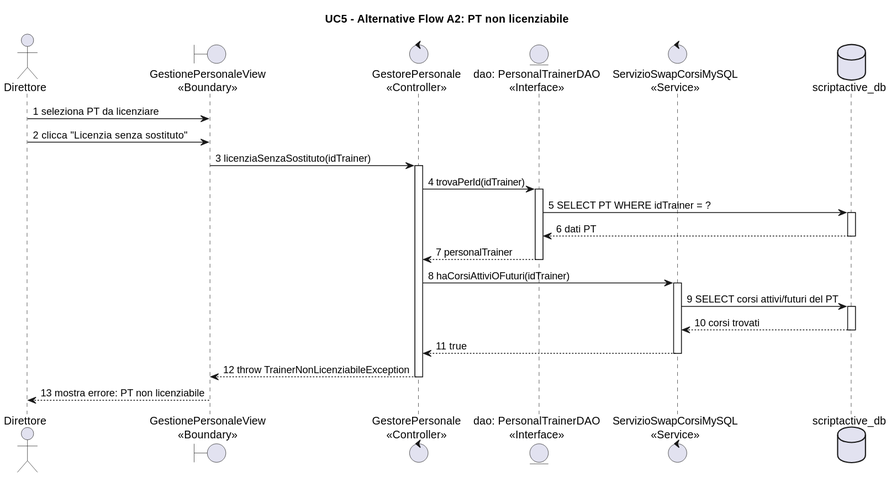
This is ScriptActive/Documenti/08. Diagrammi di Sequenza/Visualizzazioni/DSequenzaUC5Alt2.svg from svilu999/Progetto-ScriptActive, a PlantUML export, as it was before one commit.
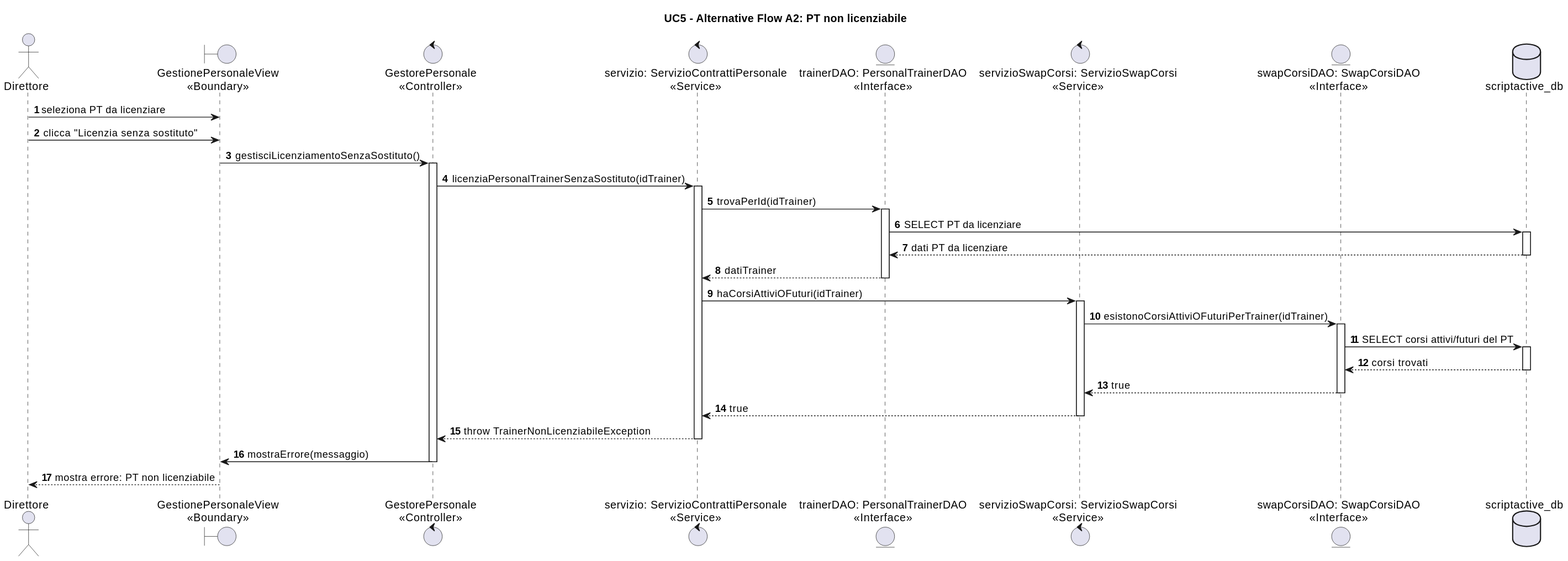
Above is the later version.

What changed in the source:
```diff
@@ -1,43 +1,53 @@
 @startuml
 title UC5 - Alternative Flow A2: PT non licenziabile
+
+autonumber
 
 actor "Direttore" as Direttore
 boundary "GestionePersonaleView\n<<Boundary>>" as View
 control "GestorePersonale\n<<Controller>>" as Controller
-entity "dao: PersonalTrainerDAO\n<<Interface>>" as PTDAO
-control "ServizioSwapCorsiMySQL\n<<Service>>" as SwapService
+control "servizio: ServizioContrattiPersonale\n<<Service>>" as Servizio
+entity "trainerDAO: PersonalTrainerDAO\n<<Interface>>" as PTDAO
+control "servizioSwapCorsi: ServizioSwapCorsi\n<<Service>>" as SwapService
+entity "swapCorsiDAO: SwapCorsiDAO\n<<Interface>>" as SwapDAO
 database "scriptactive_db" as DB
 
-Direttore -> View : 1 seleziona PT da licenziare
-Direttore -> View : 2 clicca "Licenzia senza sostituto"
+Direttore -> View : seleziona PT da licenziare
+Direttore -> View : clicca "Licenzia senza sostituto"
 
-View -> Controller : 3 licenziaSenzaSostituto(idTrainer)
+View -> Controller : gestisciLicenziamentoSenzaSostituto()
 activate Controller
 
-Controller -> PTDAO : 4 trovaPerId(idTrainer)
+Controller -> Servizio : licenziaPersonalTrainerSenzaSostituto(idTrainer)
+activate Servizio
+
+Servizio -> PTDAO : trovaPerId(idTrainer)
 activate PTDAO
-
-PTDAO -> DB : 5 SELECT PT WHERE idTrainer = ?
+PTDAO -> DB : SELECT PT da licenziare
 activate DB
-DB --> PTDAO : 6 dati PT
+DB --> PTDAO : dati PT da licenziare
 deactivate DB
-
-PTDAO --> Controller : 7 personalTrainer
+PTDAO --> Servizio : datiTrainer
 deactivate PTDAO
 
-Controller -> SwapService : 8 haCorsiAttiviOFuturi(idTrainer)
+Servizio -> SwapService : haCorsiAttiviOFuturi(idTrainer)
 activate SwapService
-
-SwapService -> DB : 9 SELECT corsi attivi/futuri del PT
+SwapService -> SwapDAO : esistonoCorsiAttiviOFuturiPerTrainer(idTrainer)
+activate SwapDAO
+SwapDAO -> DB : SELECT corsi attivi/futuri del PT
 activate DB
-DB --> SwapService : 10 corsi trovati
+DB --> SwapDAO : corsi trovati
 deactivate DB
-
-SwapService --> Controller : 11 true
+SwapDAO --> SwapService : true
+deactivate SwapDAO
+SwapService --> Servizio : true
 deactivate SwapService
 
-Controller --> View : 12 throw TrainerNonLicenziabileException
+Servizio --> Controller : throw TrainerNonLicenziabileException
+deactivate Servizio
+
+Controller -> View : mostraErrore(messaggio)
 deactivate Controller
 
-View --> Direttore : 13 mostra errore: PT non licenziabile
+View --> Direttore : mostra errore: PT non licenziabile
 @enduml
```
